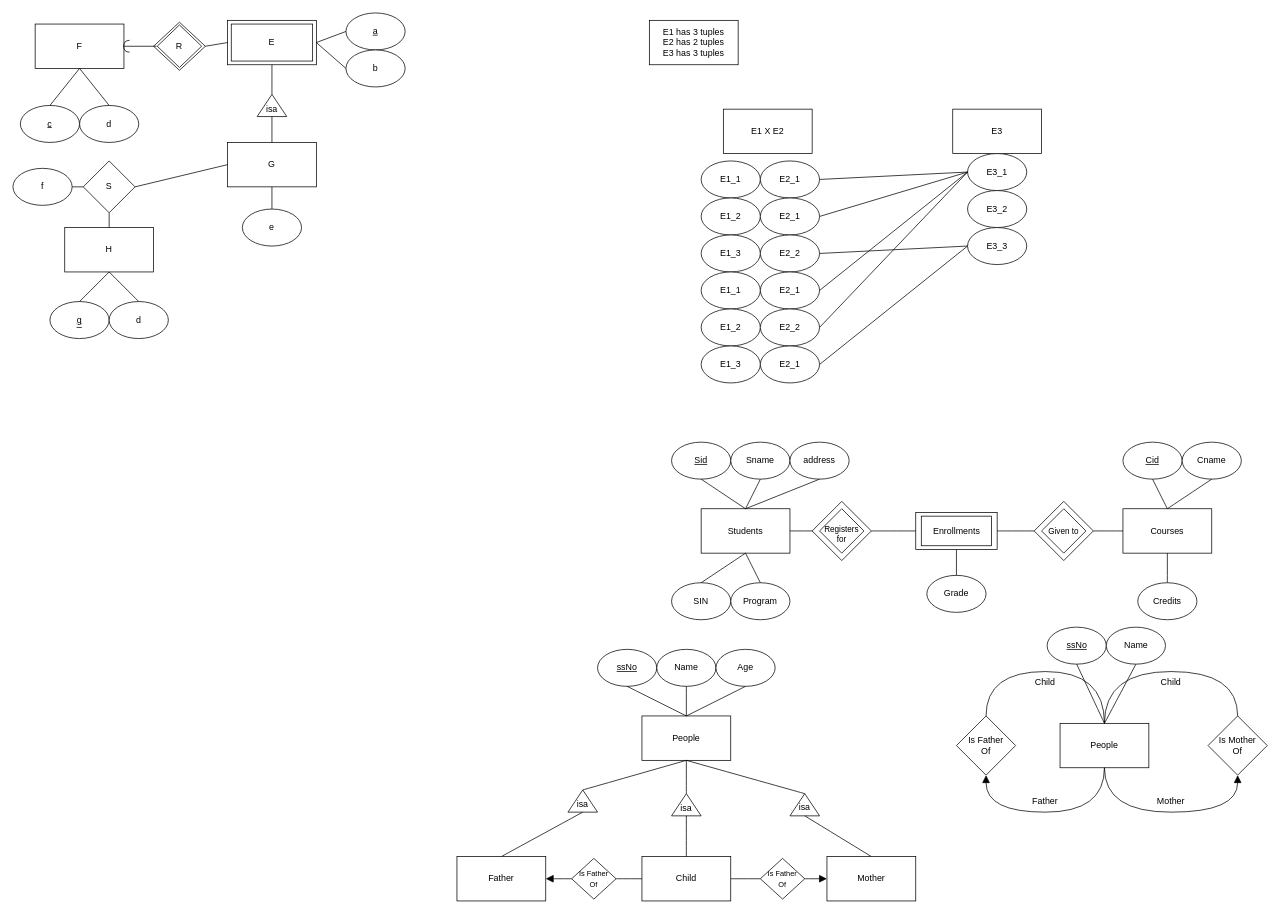
critschris/COMP353 keeps this draw.io diagram as Temp.drawio. Above is the earlier version. Source tidied: cells renumbered, new cells numbered last; positions are measured from the earlier drawing's top-left corner, leaving out a move shared by most shapes. Both pictures are drawn from the tidied source at 74%, with x=0, y=0 at pixel (13, 13).
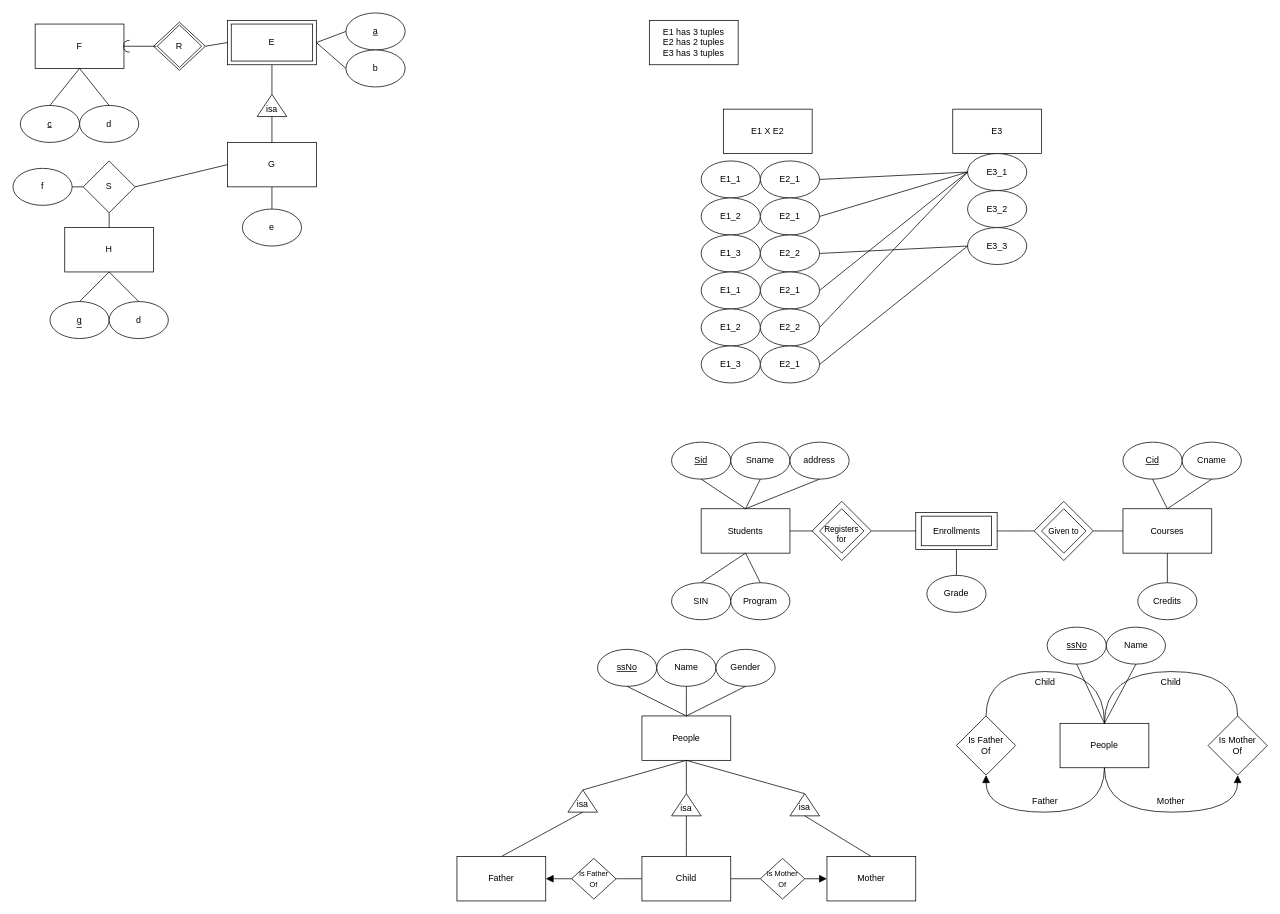
The same diagram, later.

What changed in the source:
```diff
@@
-    <mxCell id="77" value="Age" style="ellipse;whiteSpace=wrap;html=1;" parent="1" vertex="1">
+    <mxCell id="77" value="Gender" style="ellipse;whiteSpace=wrap;html=1;" parent="1" vertex="1">
       <mxGeometry x="950" y="860" width="80" height="50" as="geometry" />
     </mxCell>
@@
-    <mxCell id="99" value="&lt;font style=&quot;font-size: 10px;&quot;&gt;Is Father&lt;/font&gt;&lt;div&gt;&lt;font style=&quot;font-size: 10px;&quot;&gt;Of&lt;/font&gt;&lt;/div&gt;" style="rhombus;whiteSpace=wrap;html=1;" parent="1" vertex="1">
+    <mxCell id="99" value="&lt;font style=&quot;font-size: 10px;&quot;&gt;Is Mother&lt;/font&gt;&lt;div&gt;&lt;font style=&quot;font-size: 10px;&quot;&gt;Of&lt;/font&gt;&lt;/div&gt;" style="rhombus;whiteSpace=wrap;html=1;" parent="1" vertex="1">
       <mxGeometry x="1010" y="1142.5" width="60" height="55" as="geometry" />
     </mxCell>
```
